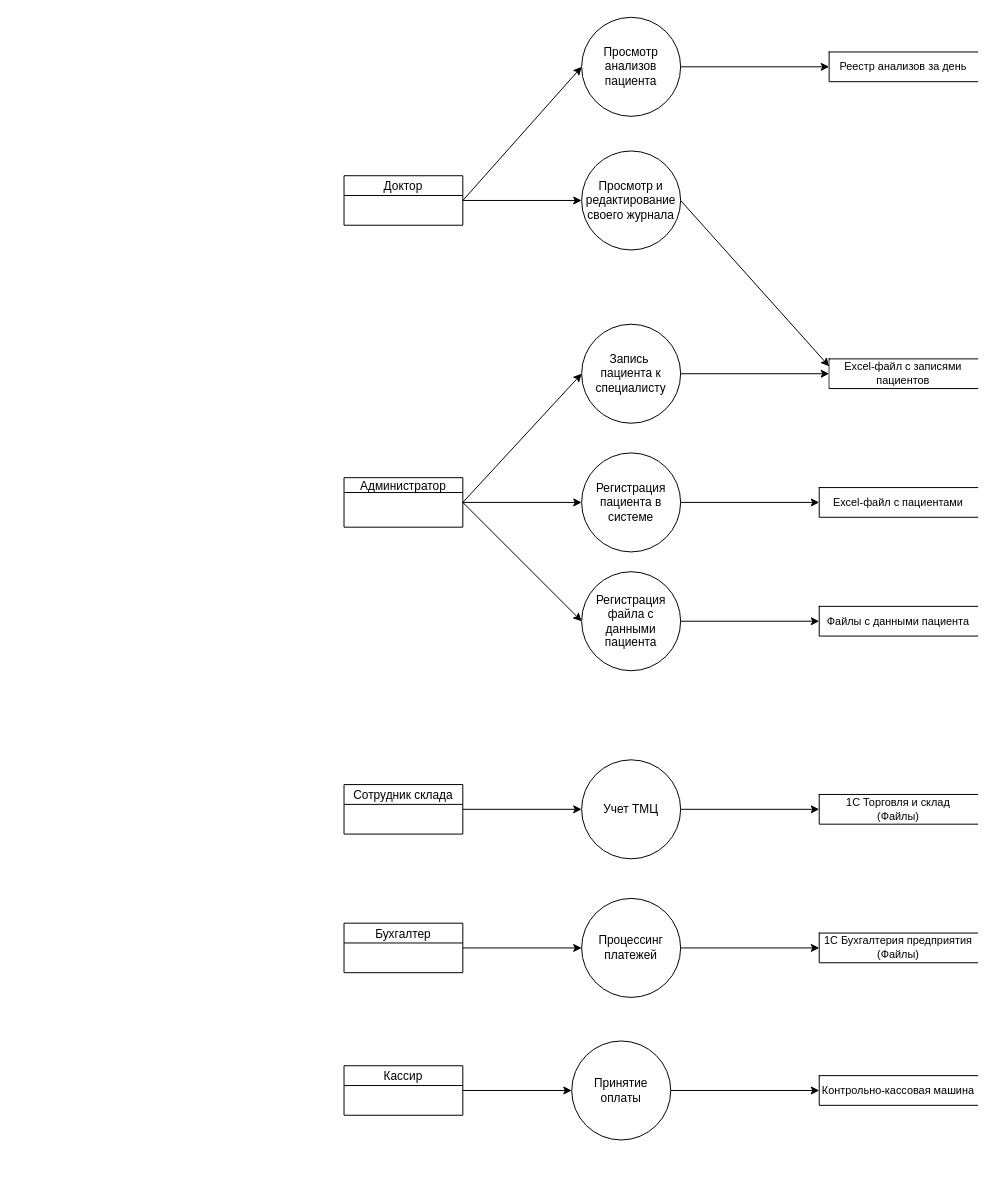
snakeduse/architecture-sprint-10 keeps this draw.io diagram as Exc1/DFD.drawio. Above is the earlier version. Source tidied: cells renumbered, new cells numbered last; positions are measured from the earlier drawing's top-left corner, leaving out a move shared by most shapes. Both pictures are drawn from the tidied source at 99%, with x=0, y=0 at pixel (344, 17).
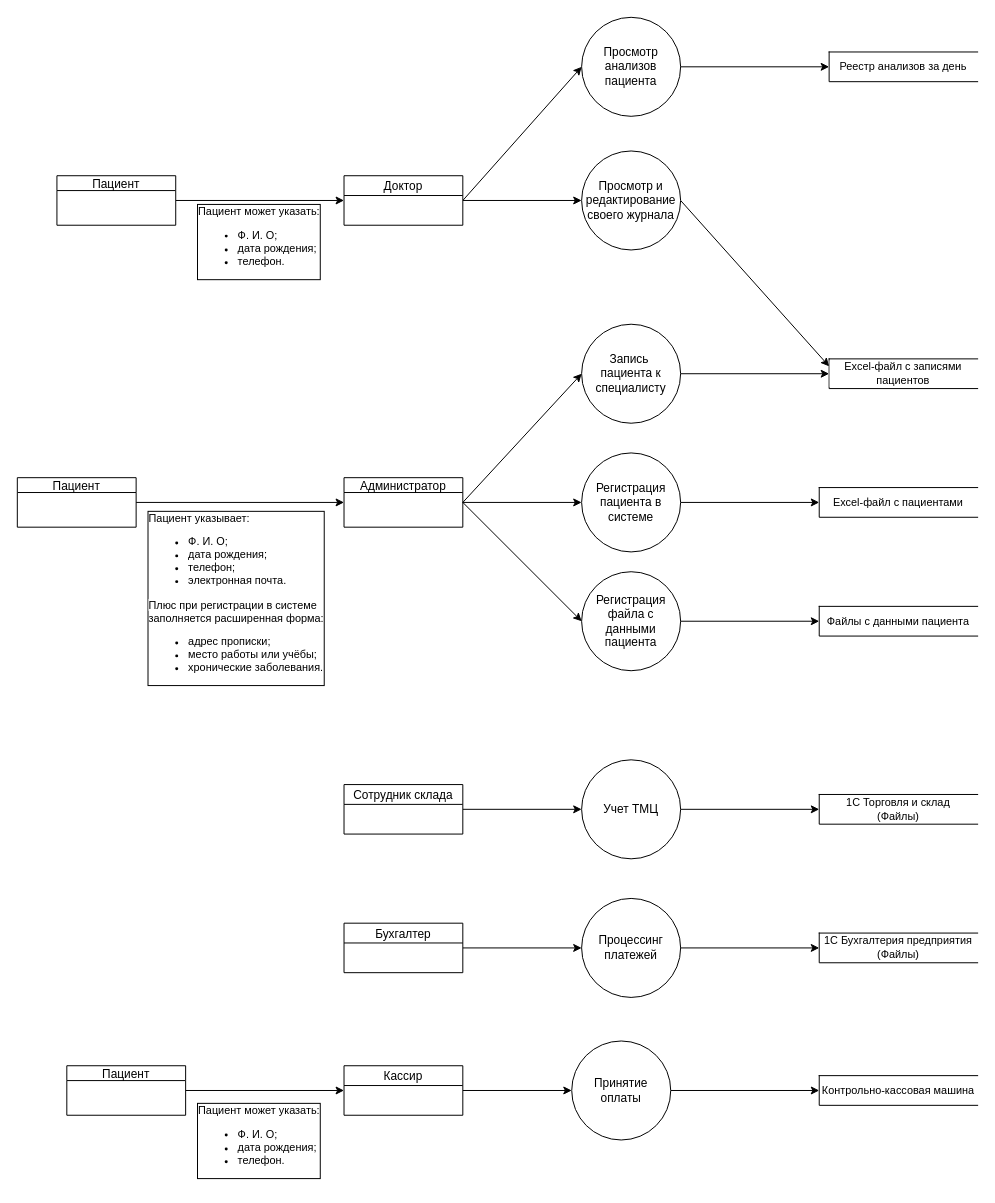
Above is the later version.

Commit message:
feat(Exc1): Добавил пациента на диаграмму

Unchanged cells that the change refers to:
```xml
<mxCell id="4" value="Доктор" style="swimlane;fontStyle=0;horizontal=1;startSize=20;fillColor=#ffffff;swimlaneFillColor=#ffffff;" parent="1" vertex="1">
  <mxGeometry y="160" width="120" height="50" as="geometry" />
</mxCell>
<mxCell id="5" value="Администратор" style="swimlane;fontStyle=0;horizontal=1;startSize=15;fillColor=#ffffff;swimlaneFillColor=#ffffff;" parent="1" vertex="1">
  <mxGeometry y="465" width="120" height="50" as="geometry" />
</mxCell>
<mxCell id="11" value="Кассир" style="swimlane;fontStyle=0;horizontal=1;startSize=20;fillColor=#ffffff;swimlaneFillColor=#ffffff;" parent="1" vertex="1">
  <mxGeometry y="1059" width="120" height="50" as="geometry" />
</mxCell>
```

The edit, as a diff of the source:
```diff
@@
+    <mxCell id="38" value="Пациент" style="swimlane;fontStyle=0;horizontal=1;startSize=15;fillColor=#ffffff;swimlaneFillColor=#ffffff;" parent="1" vertex="1">
+      <mxGeometry x="-330" y="465" width="120" height="50" as="geometry" />
+    </mxCell>
+    <mxCell id="39" style="endArrow=classic;html=1;rounded=0;strokeColor=default;align=center;verticalAlign=middle;fontFamily=Helvetica;fontSize=11;fontColor=default;labelBackgroundColor=default;exitX=1;exitY=0.5;exitDx=0;exitDy=0;entryX=0;entryY=0.5;entryDx=0;entryDy=0;" parent="1" edge="1" source="38" target="5">
+      <mxGeometry relative="1" as="geometry" />
+    </mxCell>
+    <mxCell id="40" value="&lt;div&gt;Пациент указывает:&lt;/div&gt;&lt;div&gt;&lt;ul&gt;&lt;li&gt;Ф. И. О;&lt;/li&gt;&lt;li&gt;дата рождения;&lt;/li&gt;&lt;li&gt;телефон;&lt;/li&gt;&lt;li&gt;электронная почта.&lt;/li&gt;&lt;/ul&gt;&lt;/div&gt;&lt;div&gt;&lt;span style=&quot;background-color: light-dark(#ffffff, var(--ge-dark-color, #121212)); color: light-dark(rgb(0, 0, 0), rgb(255, 255, 255));&quot;&gt;Плюс при регистрации в системе&lt;/span&gt;&lt;br&gt;&lt;/div&gt;&lt;div&gt;заполняется расширенная форма:&lt;/div&gt;&lt;div&gt;&lt;ul&gt;&lt;li&gt;адрес прописки;&lt;/li&gt;&lt;li&gt;место работы или учёбы;&lt;/li&gt;&lt;li&gt;хронические заболевания.&lt;/li&gt;&lt;/ul&gt;&lt;/div&gt;" style="text;html=1;align=left;verticalAlign=middle;strokeColor=none;fillColor=none;fontFamily=Helvetica;fontSize=11;fontColor=default;labelBackgroundColor=default;labelBorderColor=default;" parent="1" vertex="1">
+      <mxGeometry x="-200" y="492" width="200" height="190" as="geometry" />
+    </mxCell>
+    <mxCell id="41" style="edgeStyle=none;shape=connector;rounded=0;jettySize=auto;html=1;exitX=1;exitY=0.5;exitDx=0;exitDy=0;entryX=0;entryY=0.5;entryDx=0;entryDy=0;strokeColor=default;align=center;verticalAlign=middle;fontFamily=Helvetica;fontSize=11;fontColor=default;labelBackgroundColor=default;endArrow=classic;" parent="1" edge="1" source="42" target="4">
+      <mxGeometry relative="1" as="geometry" />
+    </mxCell>
+    <mxCell id="42" value="Пациент" style="swimlane;fontStyle=0;horizontal=1;startSize=15;fillColor=#ffffff;swimlaneFillColor=#ffffff;" parent="1" vertex="1">
+      <mxGeometry x="-290" y="160" width="120" height="50" as="geometry" />
+    </mxCell>
+    <mxCell id="43" value="&lt;div&gt;Пациент может указать:&lt;/div&gt;&lt;div&gt;&lt;ul&gt;&lt;li&gt;Ф. И. О;&lt;/li&gt;&lt;li&gt;дата рождения;&lt;/li&gt;&lt;li&gt;телефон.&lt;/li&gt;&lt;/ul&gt;&lt;/div&gt;" style="text;html=1;align=left;verticalAlign=middle;strokeColor=none;fillColor=none;fontFamily=Helvetica;fontSize=11;fontColor=default;labelBackgroundColor=default;labelBorderColor=default;" parent="1" vertex="1">
+      <mxGeometry x="-150" y="182" width="150" height="90" as="geometry" />
+    </mxCell>
+    <mxCell id="44" style="edgeStyle=none;shape=connector;rounded=0;jettySize=auto;html=1;entryX=0;entryY=0.5;entryDx=0;entryDy=0;strokeColor=default;align=center;verticalAlign=middle;fontFamily=Helvetica;fontSize=11;fontColor=default;labelBackgroundColor=default;endArrow=classic;" parent="1" edge="1" source="45" target="11">
+      <mxGeometry relative="1" as="geometry" />
+    </mxCell>
+    <mxCell id="45" value="Пациент" style="swimlane;fontStyle=0;horizontal=1;startSize=15;fillColor=#ffffff;swimlaneFillColor=#ffffff;" parent="1" vertex="1">
+      <mxGeometry x="-280" y="1059" width="120" height="50" as="geometry" />
+    </mxCell>
+    <mxCell id="46" value="&lt;div&gt;Пациент может указать:&lt;/div&gt;&lt;div&gt;&lt;ul&gt;&lt;li&gt;Ф. И. О;&lt;/li&gt;&lt;li&gt;дата рождения;&lt;/li&gt;&lt;li&gt;телефон.&lt;/li&gt;&lt;/ul&gt;&lt;/div&gt;" style="text;html=1;align=left;verticalAlign=middle;strokeColor=none;fillColor=none;fontFamily=Helvetica;fontSize=11;fontColor=default;labelBackgroundColor=default;labelBorderColor=default;" parent="1" vertex="1">
+      <mxGeometry x="-150" y="1090" width="150" height="90" as="geometry" />
+    </mxCell>
```
